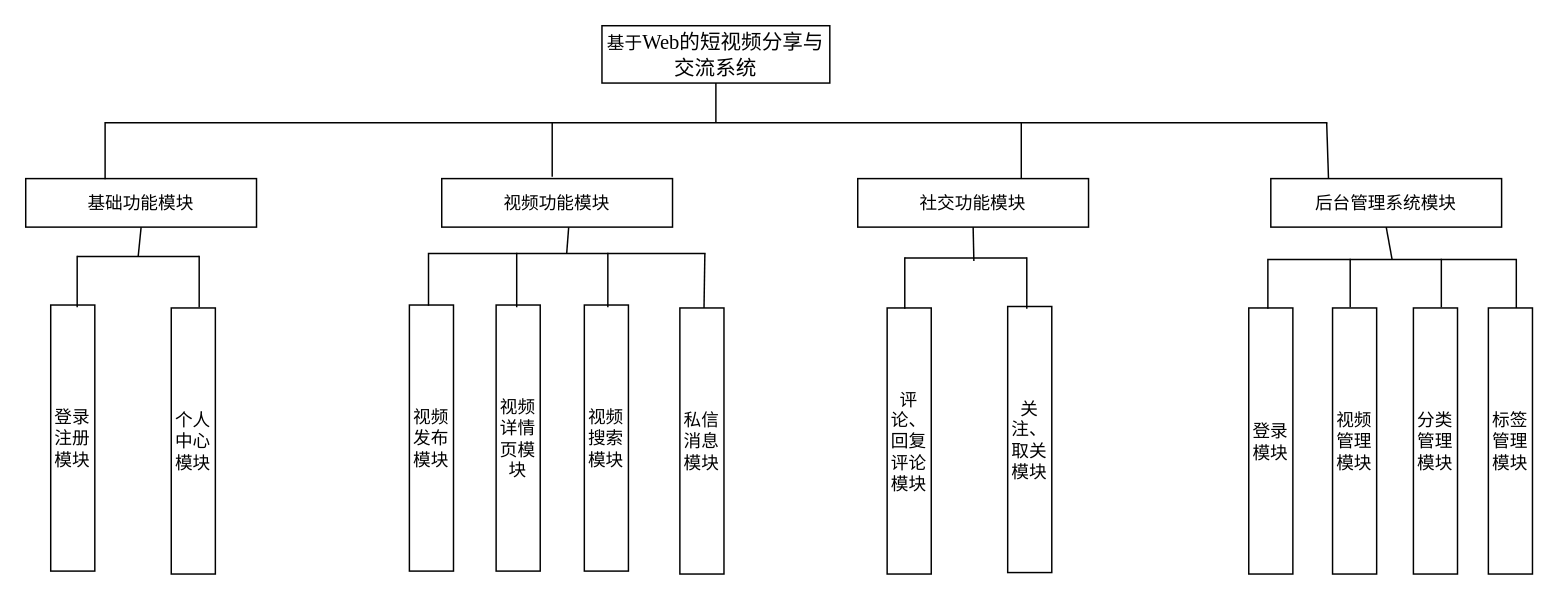
Above: app/系统模块划分.drawio in Kuzma77/Picture (draw.io), before the change. Source tidied: cells renumbered, new cells numbered last; positions are measured from the earlier drawing's top-left corner, leaving out a move shared by most shapes. Both pictures are drawn from the tidied source at 147%, with x=0, y=0 at pixel (25, 25).
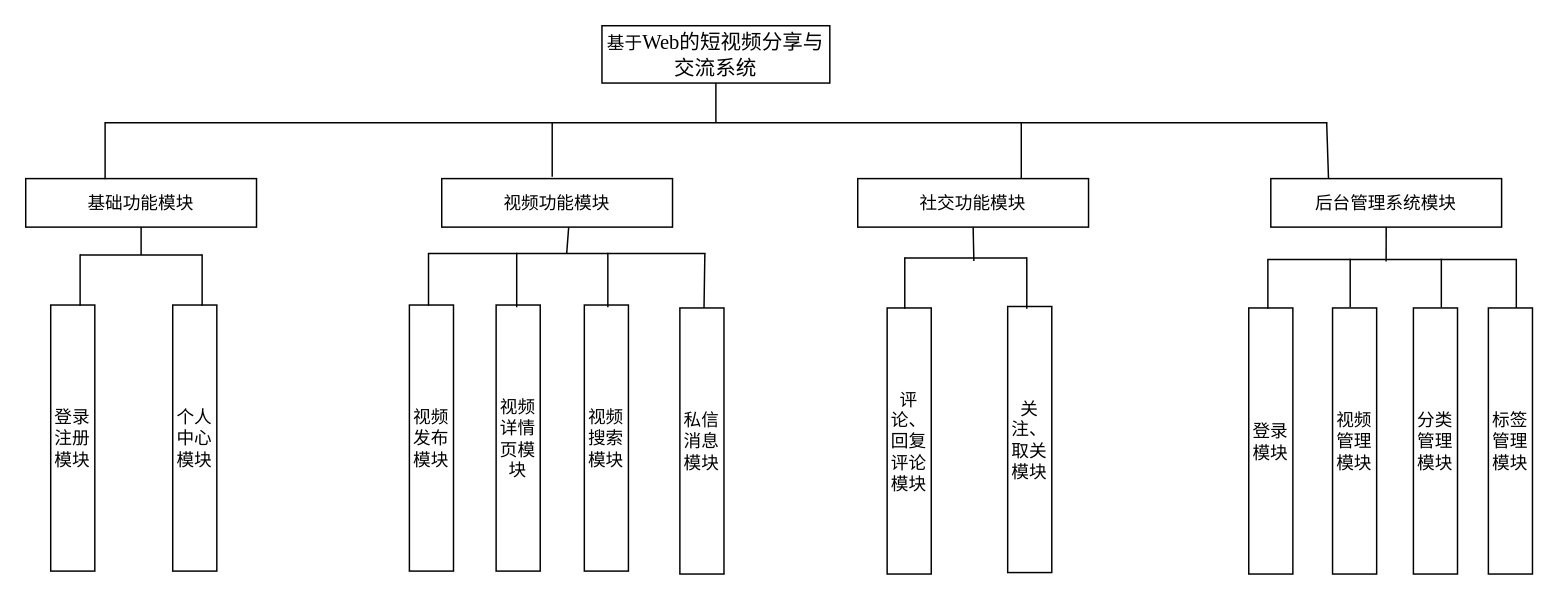
The same diagram, later.

Commit message (it also covers changes not shown here):
更新系统模块划分.drawio

Unchanged cells that the change refers to:
```xml
<mxCell id="6" value="后台管理系统模块" style="rounded=0;whiteSpace=wrap;html=1;" parent="1" vertex="1">
  <mxGeometry x="847" y="104" width="157" height="33" as="geometry" />
</mxCell>
<mxCell id="30" style="shape=partialRectangle;whiteSpace=wrap;html=1;bottom=0;right=0;fillColor=none;" parent="1" vertex="1">
  <mxGeometry x="845" y="159" width="169" height="33" as="geometry" />
</mxCell>
<mxCell id="33" style="shape=partialRectangle;whiteSpace=wrap;html=1;bottom=0;top=0;fillColor=none;" parent="1" vertex="1">
  <mxGeometry x="901" y="159" width="62" height="32" as="geometry" />
</mxCell>
```

Change to the diagram source:
```diff
@@
     <mxCell id="8" value="个人中心模块" style="rounded=0;whiteSpace=wrap;html=1;" parent="1" vertex="1">
-      <mxGeometry x="99" y="192" width="30" height="181" as="geometry" />
+      <mxGeometry x="100" y="190" width="30" height="181" as="geometry" />
     </mxCell>
@@
-    <mxCell id="32" style="endArrow=none;html=1;rounded=0;entryX=0.5;entryY=0;entryDx=0;entryDy=0;exitX=0.5;exitY=1;exitDx=0;exitDy=0;" parent="1" edge="1" source="6" target="30">
+    <mxCell id="32" style="endArrow=none;html=1;rounded=0;entryX=0.394;entryY=0.044;entryDx=0;entryDy=0;exitX=0.5;exitY=1;exitDx=0;exitDy=0;entryPerimeter=0;" parent="1" edge="1" source="6" target="33">
       <mxGeometry relative="1" as="geometry" />
     </mxCell>
@@
     <mxCell id="37" style="shape=partialRectangle;whiteSpace=wrap;html=1;bottom=0;top=0;fillColor=none;" parent="1" vertex="1">
-      <mxGeometry x="35" y="157" width="83" height="34" as="geometry" />
+      <mxGeometry x="37" y="156" width="83" height="34" as="geometry" />
     </mxCell>
```
